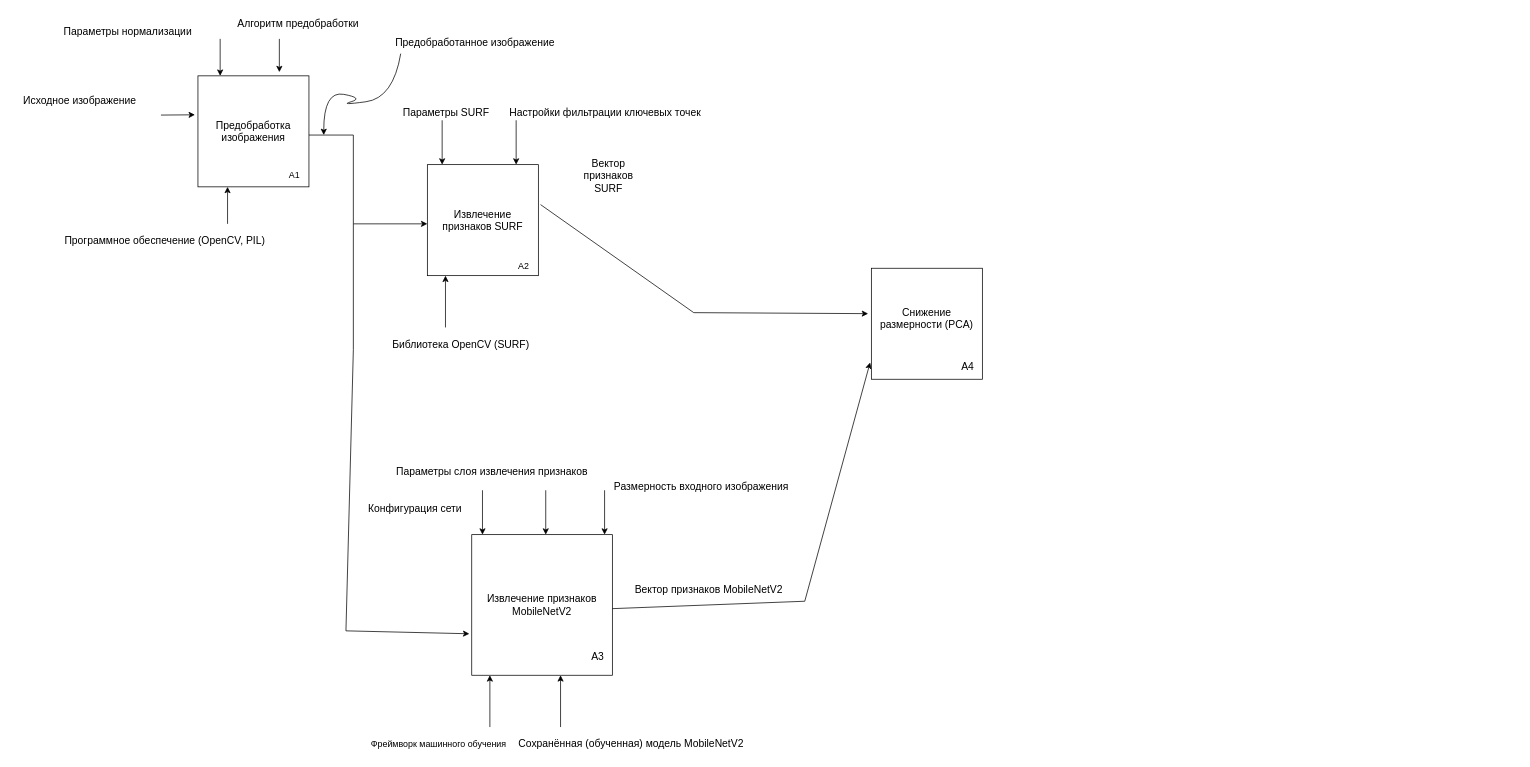
Above: Untitled Diagram.drawio in Ali1996408/-1 (draw.io), before the change. Source tidied: cells renumbered, new cells numbered last; positions are measured from the earlier drawing's top-left corner, leaving out a move shared by most shapes. Both pictures are drawn from the tidied source at 74%, with x=0, y=0 at pixel (13, 13).
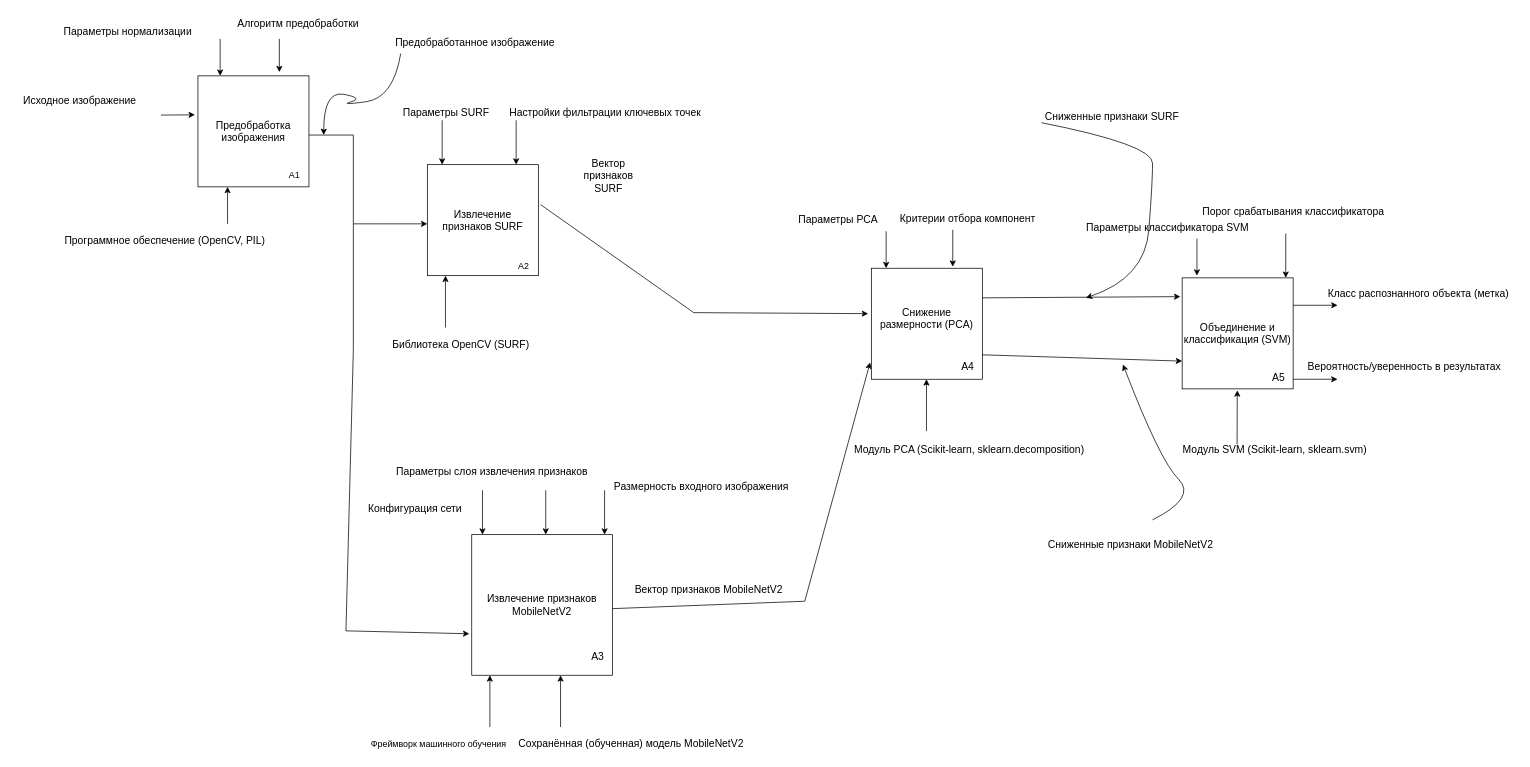
The same diagram, later.

What changed in the source:
```diff
@@
+    <mxCell id="42" style="endArrow=classic;html=1;rounded=0;" parent="1" edge="1">
+      <mxGeometry relative="1" as="geometry">
+        <mxPoint x="1234.5" y="565" as="sourcePoint" />
+        <mxPoint x="1234.5" y="495" as="targetPoint" />
+      </mxGeometry>
+    </mxCell>
+    <mxCell id="43" value="&lt;font style=&quot;font-size: 14px;&quot;&gt;&amp;nbsp;Модуль PCA (Scikit-learn, sklearn.decomposition)&lt;/font&gt;" style="text;html=1;align=center;verticalAlign=middle;strokeColor=none;fillColor=none;" parent="1" vertex="1">
+      <mxGeometry x="1120" y="575" width="340" height="30" as="geometry" />
+    </mxCell>
+    <mxCell id="44" style="endArrow=classic;html=1;rounded=0;" parent="1" edge="1">
+      <mxGeometry relative="1" as="geometry">
+        <mxPoint x="1180" y="295" as="sourcePoint" />
+        <mxPoint x="1180" y="345" as="targetPoint" />
+      </mxGeometry>
+    </mxCell>
+    <mxCell id="45" value="&lt;font style=&quot;font-size: 14px;&quot;&gt;Параметры PCA&lt;/font&gt;" style="text;html=1;align=center;verticalAlign=middle;strokeColor=none;fillColor=none;" parent="1" vertex="1">
+      <mxGeometry x="1050" y="265" width="130" height="30" as="geometry" />
+    </mxCell>
+    <mxCell id="46" style="endArrow=classic;html=1;rounded=0;" parent="1" edge="1">
+      <mxGeometry relative="1" as="geometry">
+        <mxPoint x="1270" y="293" as="sourcePoint" />
+        <mxPoint x="1270" y="343" as="targetPoint" />
+      </mxGeometry>
+    </mxCell>
+    <mxCell id="47" value="&lt;font style=&quot;font-size: 14px;&quot;&gt;Критерии отбора компонент&lt;/font&gt;" style="text;html=1;align=center;verticalAlign=middle;strokeColor=none;fillColor=none;" parent="1" vertex="1">
+      <mxGeometry x="1185" y="263" width="210" height="30" as="geometry" />
+    </mxCell>
+    <mxCell id="48" style="endArrow=classic;html=1;rounded=0;entryX=-0.016;entryY=0.169;entryDx=0;entryDy=0;entryPerimeter=0;" parent="1" edge="1" target="50">
+      <mxGeometry relative="1" as="geometry">
+        <mxPoint x="1310" y="385" as="sourcePoint" />
+      </mxGeometry>
+    </mxCell>
+    <mxCell id="49" style="endArrow=classic;html=1;rounded=0;entryX=0;entryY=0.75;entryDx=0;entryDy=0;" parent="1" edge="1" target="50">
+      <mxGeometry relative="1" as="geometry">
+        <mxPoint x="1310" y="462" as="sourcePoint" />
+      </mxGeometry>
+    </mxCell>
+    <mxCell id="50" value="&lt;font style=&quot;font-size: 14px;&quot;&gt;Объединение и классификация (SVM)&lt;/font&gt;" style="whiteSpace=wrap;html=1;" parent="1" vertex="1">
+      <mxGeometry x="1580" y="358" width="150" height="150" as="geometry" />
+    </mxCell>
+    <mxCell id="51" style="curved=1;endArrow=classic;html=1;rounded=0;exitX=0.025;exitY=0.778;exitDx=0;exitDy=0;exitPerimeter=0;" parent="1" edge="1" source="52">
+      <mxGeometry relative="1" as="geometry">
+        <mxPoint x="1450" y="385" as="targetPoint" />
+        <Array as="points">
+          <mxPoint x="1540" y="178" />
+          <mxPoint x="1540" y="228" />
+          <mxPoint x="1530" y="358" />
+        </Array>
+      </mxGeometry>
+    </mxCell>
+    <mxCell id="52" value="&lt;font style=&quot;font-size: 14px;&quot;&gt;Сниженные признаки SURF&lt;/font&gt;" style="text;html=1;align=center;verticalAlign=middle;points=[];strokeColor=none;fillColor=none;" parent="1" vertex="1">
+      <mxGeometry x="1385" y="125" width="200" height="30" as="geometry" />
+    </mxCell>
+    <mxCell id="53" style="curved=1;endArrow=classic;html=1;rounded=0;" parent="1" edge="1">
+      <mxGeometry relative="1" as="geometry">
+        <mxPoint x="1540" y="685" as="sourcePoint" />
+        <mxPoint x="1500" y="475" as="targetPoint" />
+        <Array as="points">
+          <mxPoint x="1600" y="655" />
+          <mxPoint x="1550" y="605" />
+        </Array>
+      </mxGeometry>
+    </mxCell>
+    <mxCell id="54" value="&lt;font style=&quot;font-size: 14px;&quot;&gt;Сниженные признаки MobileNetV2&lt;/font&gt;" style="text;html=1;align=center;verticalAlign=middle;strokeColor=none;fillColor=none;" parent="1" vertex="1">
+      <mxGeometry x="1385" y="703" width="250" height="30" as="geometry" />
+    </mxCell>
+    <mxCell id="55" style="endArrow=classic;html=1;rounded=0;exitX=0.312;exitY=0.267;exitDx=0;exitDy=0;exitPerimeter=0;" parent="1" edge="1" source="56">
+      <mxGeometry relative="1" as="geometry">
+        <mxPoint x="1654.5" y="510" as="targetPoint" />
+      </mxGeometry>
+    </mxCell>
+    <mxCell id="56" value="&lt;font style=&quot;font-size: 14px;&quot;&gt;Модуль SVM (Scikit-learn, sklearn.svm)&lt;/font&gt;" style="text;html=1;align=center;verticalAlign=middle;points=[];strokeColor=none;fillColor=none;" parent="1" vertex="1">
+      <mxGeometry x="1570" y="575" width="270" height="30" as="geometry" />
+    </mxCell>
+    <mxCell id="57" style="endArrow=classic;html=1;rounded=0;" parent="1" edge="1">
+      <mxGeometry relative="1" as="geometry">
+        <mxPoint x="1600" y="305" as="sourcePoint" />
+        <mxPoint x="1600" y="355" as="targetPoint" />
+      </mxGeometry>
+    </mxCell>
+    <mxCell id="58" value="&lt;font style=&quot;font-size: 14px;&quot;&gt;Параметры классификатора SVM&lt;/font&gt;" style="text;html=1;align=center;verticalAlign=middle;strokeColor=none;fillColor=none;" parent="1" vertex="1">
+      <mxGeometry x="1440" y="275" width="240" height="30" as="geometry" />
+    </mxCell>
+    <mxCell id="59" style="endArrow=classic;html=1;rounded=0;" parent="1" edge="1">
+      <mxGeometry relative="1" as="geometry">
+        <mxPoint x="1720" y="298" as="sourcePoint" />
+        <mxPoint x="1720" y="358" as="targetPoint" />
+      </mxGeometry>
+    </mxCell>
+    <mxCell id="60" value="&lt;font style=&quot;font-size: 14px;&quot;&gt;Порог срабатывания классификатора&lt;/font&gt;" style="text;html=1;align=center;verticalAlign=middle;strokeColor=none;fillColor=none;" parent="1" vertex="1">
+      <mxGeometry x="1595" y="253" width="270" height="30" as="geometry" />
+    </mxCell>
+    <mxCell id="61" style="endArrow=classic;html=1;rounded=0;" parent="1" edge="1">
+      <mxGeometry relative="1" as="geometry">
+        <mxPoint x="1730" y="395" as="sourcePoint" />
+        <mxPoint x="1790" y="395" as="targetPoint" />
+      </mxGeometry>
+    </mxCell>
+    <mxCell id="62" style="endArrow=classic;html=1;rounded=0;" parent="1" edge="1">
+      <mxGeometry relative="1" as="geometry">
+        <mxPoint x="1730" y="495" as="sourcePoint" />
+        <mxPoint x="1790" y="495" as="targetPoint" />
+      </mxGeometry>
+    </mxCell>
+    <mxCell id="63" value="&lt;font style=&quot;font-size: 14px;&quot;&gt;Класс распознанного объекта (метка)&lt;/font&gt;" style="text;html=1;align=center;verticalAlign=middle;strokeColor=none;fillColor=none;" parent="1" vertex="1">
+      <mxGeometry x="1764" y="365" width="270" height="30" as="geometry" />
+    </mxCell>
+    <mxCell id="64" value="&lt;font style=&quot;font-size: 14px;&quot;&gt;Вероятность/уверенность в результатах&lt;/font&gt;" style="text;html=1;align=center;verticalAlign=middle;strokeColor=none;fillColor=none;" parent="1" vertex="1">
+      <mxGeometry x="1740" y="463" width="280" height="30" as="geometry" />
+    </mxCell>
+    <mxCell id="65" value="&lt;font style=&quot;font-size: 14px;&quot;&gt;A5&lt;/font&gt;" style="text;html=1;align=center;verticalAlign=middle;strokeColor=none;fillColor=none;" parent="1" vertex="1">
+      <mxGeometry x="1690" y="478" width="40" height="30" as="geometry" />
+    </mxCell>
```
